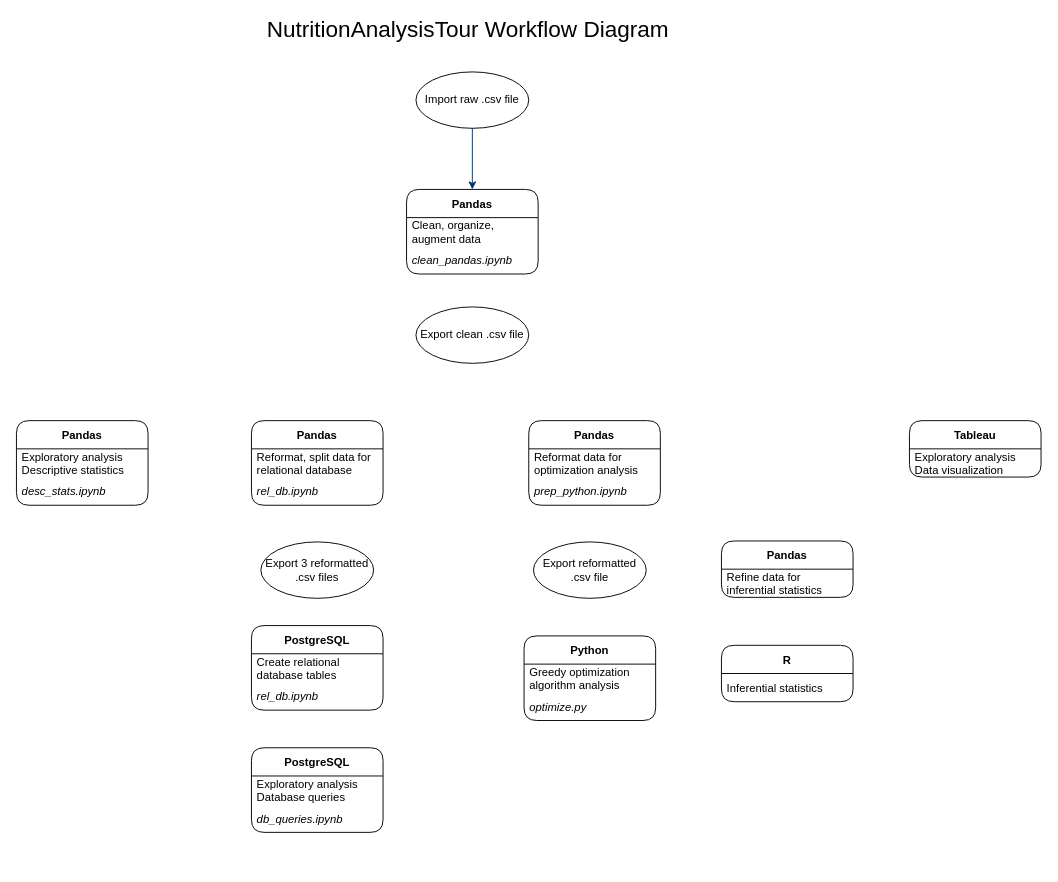
Earlier version of the draw.io diagram NutritionAnalysisTour/data_flow.drawio (Ugi77/projects). Source tidied: cells renumbered, new cells numbered last; positions are measured from the earlier drawing's top-left corner, leaving out a move shared by most shapes. Both pictures are drawn from the tidied source at 94%, with x=0, y=0 at pixel (16, 20).
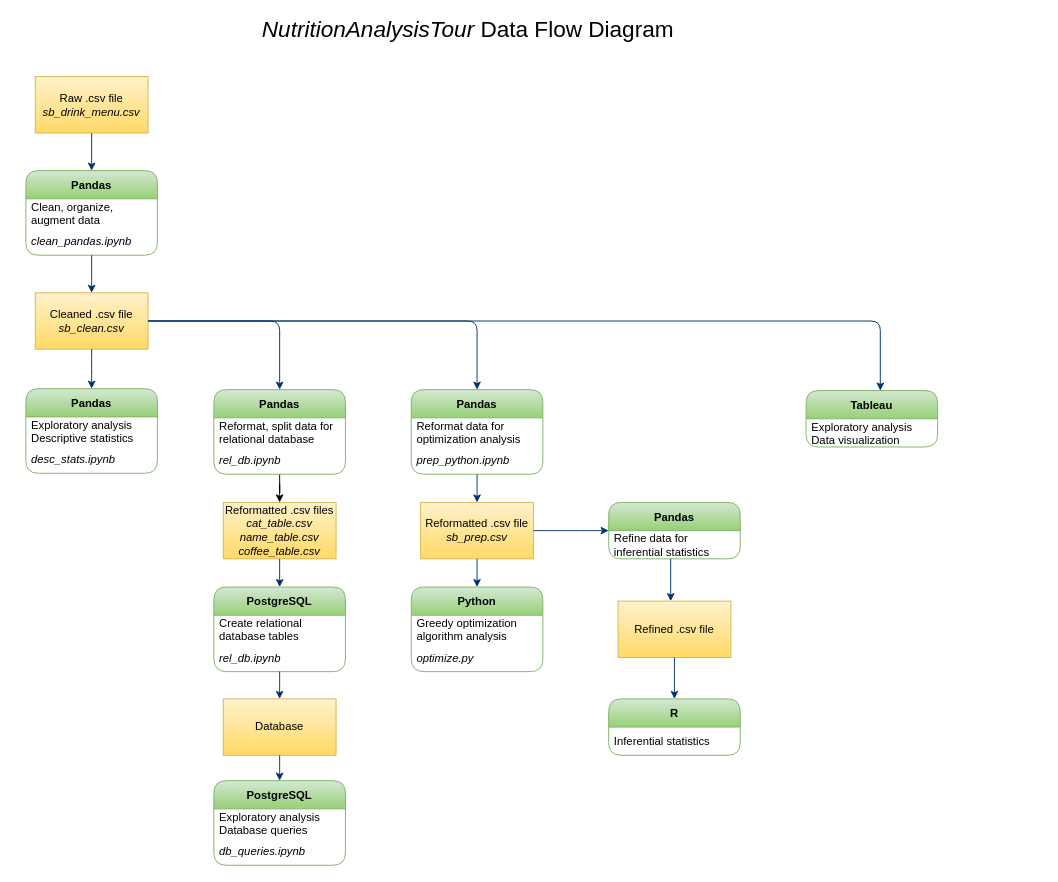
Above is the later version.

Commit message:
complete first draft of data_flow.drawio file

Unchanged cells that the change refers to:
```xml
<mxCell id="4" value="clean_pandas.ipynb" style="text;strokeColor=none;fillColor=none;align=left;verticalAlign=middle;spacingLeft=4;spacingRight=4;overflow=hidden;points=[[0,0.5],[1,0.5]];portConstraint=eastwest;fontStyle=2;" parent="2" vertex="1">
  <mxGeometry y="60" width="140" height="30" as="geometry" />
</mxCell>
<mxCell id="15" value="rel_db.ipynb" style="text;strokeColor=none;fillColor=none;align=left;verticalAlign=middle;spacingLeft=4;spacingRight=4;overflow=hidden;points=[[0,0.5],[1,0.5]];portConstraint=eastwest;fontStyle=2;" parent="13" vertex="1">
  <mxGeometry y="60" width="140" height="30" as="geometry" />
</mxCell>
<mxCell id="21" value="prep_python.ipynb" style="text;strokeColor=none;fillColor=none;align=left;verticalAlign=middle;spacingLeft=4;spacingRight=4;overflow=hidden;points=[[0,0.5],[1,0.5]];portConstraint=eastwest;fontStyle=2;" parent="19" vertex="1">
  <mxGeometry y="60" width="140" height="30" as="geometry" />
</mxCell>
<mxCell id="29" value="Refine data for &#10;inferential statistics" style="text;strokeColor=none;fillColor=none;align=left;verticalAlign=middle;spacingLeft=4;spacingRight=4;overflow=hidden;points=[[0,0.5],[1,0.5]];portConstraint=eastwest;" parent="28" vertex="1">
  <mxGeometry y="30" width="140" height="30" as="geometry" />
</mxCell>
```

Change to the diagram source:
```diff
@@
-    <mxCell id="2" value="Pandas" style="swimlane;fontStyle=1;horizontal=1;startSize=30;rounded=1;swimlaneLine=1;glass=0;sketch=0;" parent="1" vertex="1">
-      <mxGeometry x="415" y="180" width="140" height="90" as="geometry" />
+    <mxCell id="2" value="Pandas" style="swimlane;fontStyle=1;horizontal=1;startSize=30;rounded=1;swimlaneLine=1;glass=0;sketch=0;fillColor=#d5e8d4;strokeColor=#82b366;gradientColor=#97d077;" parent="1" vertex="1">
+      <mxGeometry x="10" y="160" width="140" height="90" as="geometry" />
     </mxCell>
@@
-    <mxCell id="5" value="Import raw .csv file" style="ellipse;whiteSpace=wrap;html=1;" parent="1" vertex="1">
-      <mxGeometry x="425" y="55" width="120" height="60" as="geometry" />
+    <mxCell id="5" value="Raw .csv file&lt;br&gt;&lt;i&gt;sb_drink_menu.csv&lt;/i&gt;" style="rounded=0;whiteSpace=wrap;html=1;fontFamily=Helvetica;fontSize=12;align=center;strokeColor=#d6b656;fillColor=#fff2cc;gradientColor=#ffd966;" parent="1" vertex="1">
+      <mxGeometry x="20" y="60" width="120" height="60" as="geometry" />
     </mxCell>
-    <mxCell id="6" style="edgeStyle=elbowEdgeStyle;elbow=horizontal;exitX=0.5;exitY=1;entryX=0.5;entryY=0;fontStyle=1;strokeColor=#003366;strokeWidth=1;html=1;entryDx=0;entryDy=0;exitDx=0;exitDy=0;" parent="1" edge="1" source="5" target="2">
-      <mxGeometry x="-295" y="55" as="geometry">
+    <mxCell id="6" style="edgeStyle=elbowEdgeStyle;elbow=horizontal;exitX=0.5;exitY=1;fontStyle=1;strokeColor=#003366;strokeWidth=1;html=1;exitDx=0;exitDy=0;" parent="1" edge="1" source="5" target="2">
+      <mxGeometry x="-705" y="55" as="geometry">
         <Array as="points">
-          <mxPoint x="485" y="165" />
+          <mxPoint x="80" y="170" />
         </Array>
       </mxGeometry>
     </mxCell>
-    <mxCell id="7" value="Pandas" style="swimlane;fontStyle=1;horizontal=1;startSize=30;rounded=1;swimlaneLine=1;glass=0;sketch=0;" parent="1" vertex="1">
-      <mxGeometry y="426" width="140" height="90" as="geometry" />
+    <mxCell id="7" value="Pandas" style="swimlane;fontStyle=1;horizontal=1;startSize=30;rounded=1;swimlaneLine=1;glass=0;sketch=0;fillColor=#d5e8d4;strokeColor=#82b366;gradientColor=#97d077;" parent="1" vertex="1">
+      <mxGeometry x="10" y="392" width="140" height="90" as="geometry" />
     </mxCell>
@@
+    <mxCell id="35" style="edgeStyle=orthogonalEdgeStyle;rounded=0;jettySize=auto;html=1;" parent="1" edge="1" source="10" target="26">
+      <mxGeometry relative="1" as="geometry" />
+    </mxCell>
-    <mxCell id="10" value="Pandas" style="swimlane;fontStyle=1;horizontal=1;startSize=30;rounded=1;swimlaneLine=1;glass=0;sketch=0;" parent="1" vertex="1">
-      <mxGeometry x="250" y="426" width="140" height="90" as="geometry" />
+    <mxCell id="10" value="Pandas" style="swimlane;fontStyle=1;horizontal=1;startSize=30;rounded=1;swimlaneLine=1;glass=0;sketch=0;fillColor=#d5e8d4;gradientColor=#97d077;strokeColor=#82b366;" parent="1" vertex="1">
+      <mxGeometry x="210" y="393" width="140" height="90" as="geometry" />
     </mxCell>
@@
-    <mxCell id="13" value="PostgreSQL" style="swimlane;fontStyle=1;horizontal=1;startSize=30;rounded=1;swimlaneLine=1;glass=0;sketch=0;" parent="1" vertex="1">
-      <mxGeometry x="250" y="644" width="140" height="90" as="geometry" />
+    <mxCell id="13" value="PostgreSQL" style="swimlane;fontStyle=1;horizontal=1;startSize=30;rounded=1;swimlaneLine=1;glass=0;sketch=0;fillColor=#d5e8d4;gradientColor=#97d077;strokeColor=#82b366;" parent="1" vertex="1">
+      <mxGeometry x="210" y="603" width="140" height="90" as="geometry" />
     </mxCell>
@@
-    <mxCell id="16" value="PostgreSQL" style="swimlane;fontStyle=1;horizontal=1;startSize=30;rounded=1;swimlaneLine=1;glass=0;sketch=0;" parent="1" vertex="1">
-      <mxGeometry x="250" y="774" width="140" height="90" as="geometry" />
+    <mxCell id="16" value="PostgreSQL" style="swimlane;fontStyle=1;horizontal=1;startSize=30;rounded=1;swimlaneLine=1;glass=0;sketch=0;fillColor=#d5e8d4;gradientColor=#97d077;strokeColor=#82b366;" parent="1" vertex="1">
+      <mxGeometry x="210" y="809" width="140" height="90" as="geometry" />
     </mxCell>
@@
-    <mxCell id="19" value="Pandas" style="swimlane;fontStyle=1;horizontal=1;startSize=30;rounded=1;swimlaneLine=1;glass=0;sketch=0;" parent="1" vertex="1">
-      <mxGeometry x="545" y="426" width="140" height="90" as="geometry" />
+    <mxCell id="19" value="Pandas" style="swimlane;fontStyle=1;horizontal=1;startSize=30;rounded=1;swimlaneLine=1;glass=0;sketch=0;fillColor=#d5e8d4;gradientColor=#97d077;strokeColor=#82b366;" parent="1" vertex="1">
+      <mxGeometry x="420" y="393" width="140" height="90" as="geometry" />
     </mxCell>
@@
-    <mxCell id="22" value="Python" style="swimlane;fontStyle=1;horizontal=1;startSize=30;rounded=1;swimlaneLine=1;glass=0;sketch=0;" parent="1" vertex="1">
-      <mxGeometry x="540" y="655" width="140" height="90" as="geometry" />
+    <mxCell id="22" value="Python" style="swimlane;fontStyle=1;horizontal=1;startSize=30;rounded=1;swimlaneLine=1;glass=0;sketch=0;fillColor=#d5e8d4;gradientColor=#97d077;strokeColor=#82b366;" parent="1" vertex="1">
+      <mxGeometry x="420" y="603" width="140" height="90" as="geometry" />
     </mxCell>
@@
-    <mxCell id="25" value="Export clean .csv file" style="ellipse;whiteSpace=wrap;html=1;" parent="1" vertex="1">
-      <mxGeometry x="425" y="305" width="120" height="60" as="geometry" />
+    <mxCell id="25" value="Cleaned .csv file&lt;br&gt;&lt;i&gt;sb_clean.csv&lt;/i&gt;" style="rounded=0;whiteSpace=wrap;html=1;fontFamily=Helvetica;fontSize=12;align=center;strokeColor=#d6b656;fillColor=#fff2cc;gradientColor=#ffd966;" parent="1" vertex="1">
+      <mxGeometry x="20" y="290" width="120" height="60" as="geometry" />
     </mxCell>
-    <mxCell id="26" value="Export 3 reformatted .csv files" style="ellipse;whiteSpace=wrap;html=1;" parent="1" vertex="1">
-      <mxGeometry x="260" y="555" width="120" height="60" as="geometry" />
+    <mxCell id="26" value="Reformatted .csv files&lt;br&gt;&lt;i&gt;cat_table.csv&lt;br&gt;name_table.csv&lt;br&gt;coffee_table.csv&lt;/i&gt;" style="rounded=0;whiteSpace=wrap;html=1;fontFamily=Helvetica;fontSize=12;align=center;strokeColor=#d6b656;fillColor=#fff2cc;gradientColor=#ffd966;" parent="1" vertex="1">
+      <mxGeometry x="220" y="513" width="120" height="60" as="geometry" />
     </mxCell>
-    <mxCell id="27" value="Export reformatted .csv file" style="ellipse;whiteSpace=wrap;html=1;" parent="1" vertex="1">
-      <mxGeometry x="550" y="555" width="120" height="60" as="geometry" />
+    <mxCell id="27" value="Reformatted .csv file&lt;br&gt;&lt;i&gt;sb_prep.csv&lt;/i&gt;" style="rounded=0;whiteSpace=wrap;html=1;fontFamily=Helvetica;fontSize=12;align=center;strokeColor=#d6b656;fillColor=#fff2cc;gradientColor=#ffd966;" parent="1" vertex="1">
+      <mxGeometry x="430" y="513" width="120" height="60" as="geometry" />
     </mxCell>
-    <mxCell id="28" value="Pandas" style="swimlane;fontStyle=1;horizontal=1;startSize=30;rounded=1;swimlaneLine=1;glass=0;sketch=0;" parent="1" vertex="1">
-      <mxGeometry x="750" y="554" width="140" height="60" as="geometry" />
+    <mxCell id="28" value="Pandas" style="swimlane;fontStyle=1;horizontal=1;startSize=30;rounded=1;swimlaneLine=1;glass=0;sketch=0;fillColor=#d5e8d4;gradientColor=#97d077;strokeColor=#82b366;" parent="1" vertex="1">
+      <mxGeometry x="630" y="513" width="140" height="60" as="geometry" />
     </mxCell>
@@
-    <mxCell id="30" value="R" style="swimlane;fontStyle=1;horizontal=1;startSize=30;rounded=1;swimlaneLine=1;glass=0;sketch=0;" parent="1" vertex="1">
-      <mxGeometry x="750" y="665" width="140" height="60" as="geometry" />
+    <mxCell id="30" value="R" style="swimlane;fontStyle=1;horizontal=1;startSize=30;rounded=1;swimlaneLine=1;glass=0;sketch=0;fillColor=#d5e8d4;gradientColor=#97d077;strokeColor=#82b366;" parent="1" vertex="1">
+      <mxGeometry x="630" y="722" width="140" height="60" as="geometry" />
     </mxCell>
@@
-    <mxCell id="32" value="Tableau" style="swimlane;fontStyle=1;horizontal=1;startSize=30;rounded=1;swimlaneLine=1;glass=0;sketch=0;" parent="1" vertex="1">
-      <mxGeometry x="950" y="426" width="140" height="60" as="geometry" />
+    <mxCell id="32" value="Tableau" style="swimlane;fontStyle=1;horizontal=1;startSize=30;rounded=1;swimlaneLine=1;glass=0;sketch=0;fillColor=#d5e8d4;gradientColor=#97d077;strokeColor=#82b366;" parent="1" vertex="1">
+      <mxGeometry x="840" y="394" width="140" height="60" as="geometry" />
     </mxCell>
@@
-    <mxCell id="34" value="&lt;font style=&quot;font-size: 24px&quot;&gt;NutritionAnalysisTour Workflow Diagram&lt;/font&gt;" style="text;html=1;align=center;verticalAlign=middle;fillColor=none;strokeColor=none;rounded=0;glass=0;sketch=0;" parent="1" vertex="1">
-      <mxGeometry x="260" width="440" height="20" as="geometry" />
+    <mxCell id="34" value="&lt;font style=&quot;font-size: 24px&quot;&gt;&lt;i&gt;NutritionAnalysisTour&lt;/i&gt; Data Flow Diagram&lt;/font&gt;" style="text;html=1;align=center;verticalAlign=middle;fillColor=none;strokeColor=none;rounded=0;glass=0;sketch=0;" parent="1" vertex="1">
+      <mxGeometry x="255" width="450" height="20" as="geometry" />
     </mxCell>
+    <mxCell id="36" value="Database" style="rounded=0;whiteSpace=wrap;html=1;fontFamily=Helvetica;fontSize=12;align=center;strokeColor=#d6b656;fillColor=#fff2cc;gradientColor=#ffd966;" parent="1" vertex="1">
+      <mxGeometry x="220" y="722" width="120" height="60" as="geometry" />
+    </mxCell>
+    <mxCell id="37" style="edgeStyle=elbowEdgeStyle;elbow=horizontal;exitX=0.5;exitY=1;fontStyle=1;strokeColor=#003366;strokeWidth=1;html=1;exitDx=0;exitDy=0;exitPerimeter=0;entryX=0.5;entryY=0;entryDx=0;entryDy=0;" parent="1" edge="1" source="4" target="25">
+      <mxGeometry x="-695" y="65" as="geometry" />
+    </mxCell>
+    <mxCell id="38" style="edgeStyle=elbowEdgeStyle;elbow=horizontal;exitX=0.5;exitY=1;fontStyle=1;strokeColor=#003366;strokeWidth=1;html=1;exitDx=0;exitDy=0;entryX=0.5;entryY=0;entryDx=0;entryDy=0;" parent="1" edge="1" source="25" target="7">
+      <mxGeometry x="-685" y="75" as="geometry" />
+    </mxCell>
+    <mxCell id="39" style="edgeStyle=elbowEdgeStyle;elbow=horizontal;exitX=1;exitY=0.5;fontStyle=1;strokeColor=#003366;strokeWidth=1;html=1;exitDx=0;exitDy=0;entryX=0.5;entryY=0;entryDx=0;entryDy=0;" parent="1" edge="1" source="25" target="10">
+      <mxGeometry x="-675" y="85" as="geometry">
+        <Array as="points">
+          <mxPoint x="280" y="360" />
+        </Array>
+      </mxGeometry>
+    </mxCell>
+    <mxCell id="40" style="edgeStyle=elbowEdgeStyle;elbow=horizontal;exitX=1;exitY=0.5;fontStyle=1;strokeColor=#003366;strokeWidth=1;html=1;exitDx=0;exitDy=0;entryX=0.5;entryY=0;entryDx=0;entryDy=0;" parent="1" edge="1" source="25" target="19">
+      <mxGeometry x="-665" y="95" as="geometry">
+        <Array as="points">
+          <mxPoint x="490" y="350" />
+        </Array>
+      </mxGeometry>
+    </mxCell>
+    <mxCell id="41" style="edgeStyle=elbowEdgeStyle;elbow=horizontal;exitX=1;exitY=0.5;fontStyle=1;strokeColor=#003366;strokeWidth=1;html=1;exitDx=0;exitDy=0;" parent="1" edge="1" source="25">
+      <mxGeometry x="-655" y="105" as="geometry">
+        <mxPoint x="919" y="394" as="targetPoint" />
+        <Array as="points">
+          <mxPoint x="919" y="360" />
+        </Array>
+      </mxGeometry>
+    </mxCell>
+    <mxCell id="42" style="edgeStyle=elbowEdgeStyle;elbow=horizontal;exitX=0.5;exitY=1;fontStyle=1;strokeColor=#003366;strokeWidth=1;html=1;exitDx=0;exitDy=0;entryX=0.5;entryY=0;entryDx=0;entryDy=0;" parent="1" edge="1" source="26" target="13">
+      <mxGeometry x="-665" y="95" as="geometry" />
+    </mxCell>
+    <mxCell id="43" style="edgeStyle=elbowEdgeStyle;elbow=horizontal;fontStyle=1;strokeColor=#003366;strokeWidth=1;html=1;entryX=0.5;entryY=0;entryDx=0;entryDy=0;" parent="1" edge="1" source="15" target="36">
+      <mxGeometry x="-655" y="105" as="geometry" />
+    </mxCell>
+    <mxCell id="44" style="edgeStyle=elbowEdgeStyle;elbow=horizontal;exitX=0.5;exitY=1;fontStyle=1;strokeColor=#003366;strokeWidth=1;html=1;exitDx=0;exitDy=0;" parent="1" edge="1" source="36" target="16">
+      <mxGeometry x="-645" y="115" as="geometry" />
+    </mxCell>
+    <mxCell id="45" style="edgeStyle=elbowEdgeStyle;elbow=horizontal;fontStyle=1;strokeColor=#003366;strokeWidth=1;html=1;" parent="1" edge="1" source="21" target="27">
+      <mxGeometry x="-635" y="125" as="geometry" />
+    </mxCell>
+    <mxCell id="46" style="edgeStyle=elbowEdgeStyle;elbow=horizontal;exitX=0.5;exitY=1;fontStyle=1;strokeColor=#003366;strokeWidth=1;html=1;exitDx=0;exitDy=0;" parent="1" edge="1" source="27" target="22">
+      <mxGeometry x="-625" y="135" as="geometry" />
+    </mxCell>
+    <mxCell id="47" style="edgeStyle=elbowEdgeStyle;elbow=horizontal;exitX=1;exitY=0.5;fontStyle=1;strokeColor=#003366;strokeWidth=1;html=1;exitDx=0;exitDy=0;" parent="1" edge="1" source="27" target="28">
+      <mxGeometry x="-615" y="145" as="geometry" />
+    </mxCell>
+    <mxCell id="48" value="Refined .csv file" style="rounded=0;whiteSpace=wrap;html=1;fontFamily=Helvetica;fontSize=12;align=center;strokeColor=#d6b656;fillColor=#fff2cc;gradientColor=#ffd966;" parent="1" vertex="1">
+      <mxGeometry x="640" y="618" width="120" height="60" as="geometry" />
+    </mxCell>
+    <mxCell id="49" style="edgeStyle=elbowEdgeStyle;elbow=horizontal;fontStyle=1;strokeColor=#003366;strokeWidth=1;html=1;entryX=0.466;entryY=0;entryDx=0;entryDy=0;entryPerimeter=0;" parent="1" edge="1" source="29" target="48">
+      <mxGeometry x="-645" y="115" as="geometry" />
+    </mxCell>
+    <mxCell id="50" style="edgeStyle=elbowEdgeStyle;elbow=horizontal;fontStyle=1;strokeColor=#003366;strokeWidth=1;html=1;entryX=0.5;entryY=0;entryDx=0;entryDy=0;exitX=0.5;exitY=1;exitDx=0;exitDy=0;" parent="1" edge="1" source="48" target="30">
+      <mxGeometry x="-635" y="125" as="geometry" />
+    </mxCell>
```
